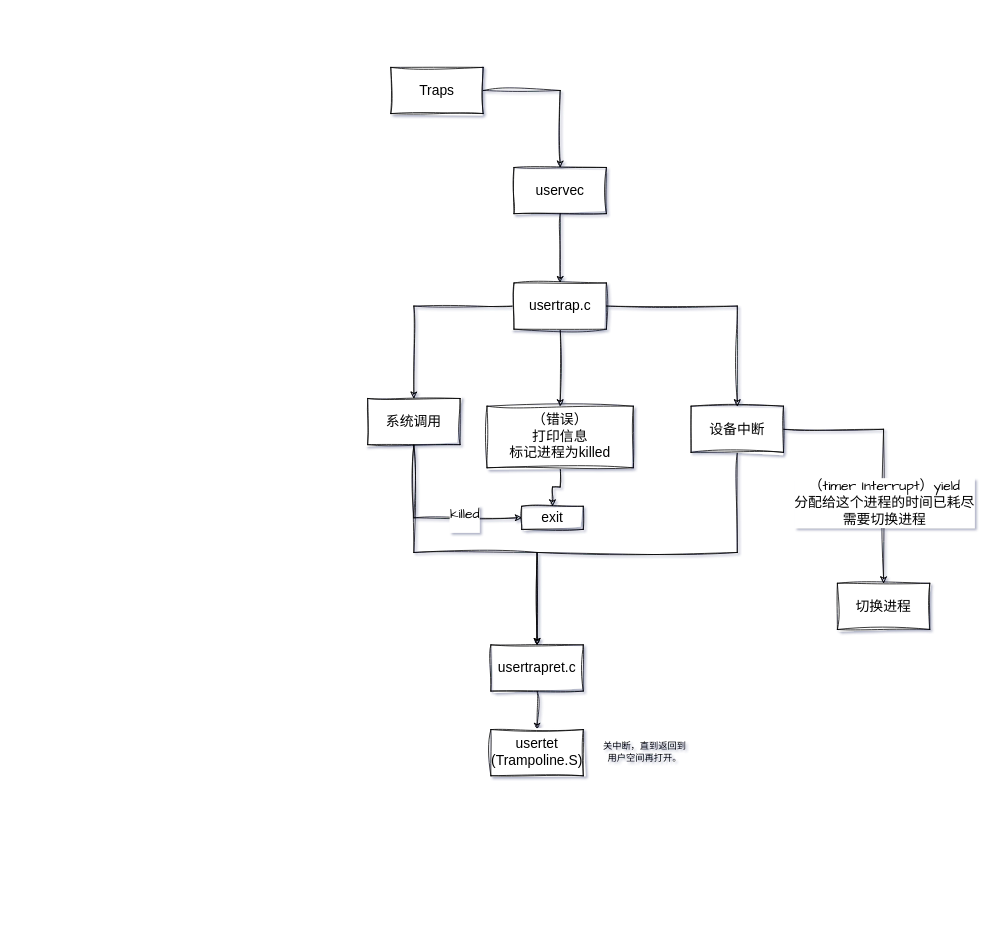
Above: traps.drawio in yMsquare/Diagrams (draw.io), before the change. Source tidied: cells renumbered, new cells numbered last; positions are measured from the earlier drawing's top-left corner, leaving out a move shared by most shapes. Both pictures are drawn from the tidied source at 77%, with x=0, y=0 at pixel (367, 67).
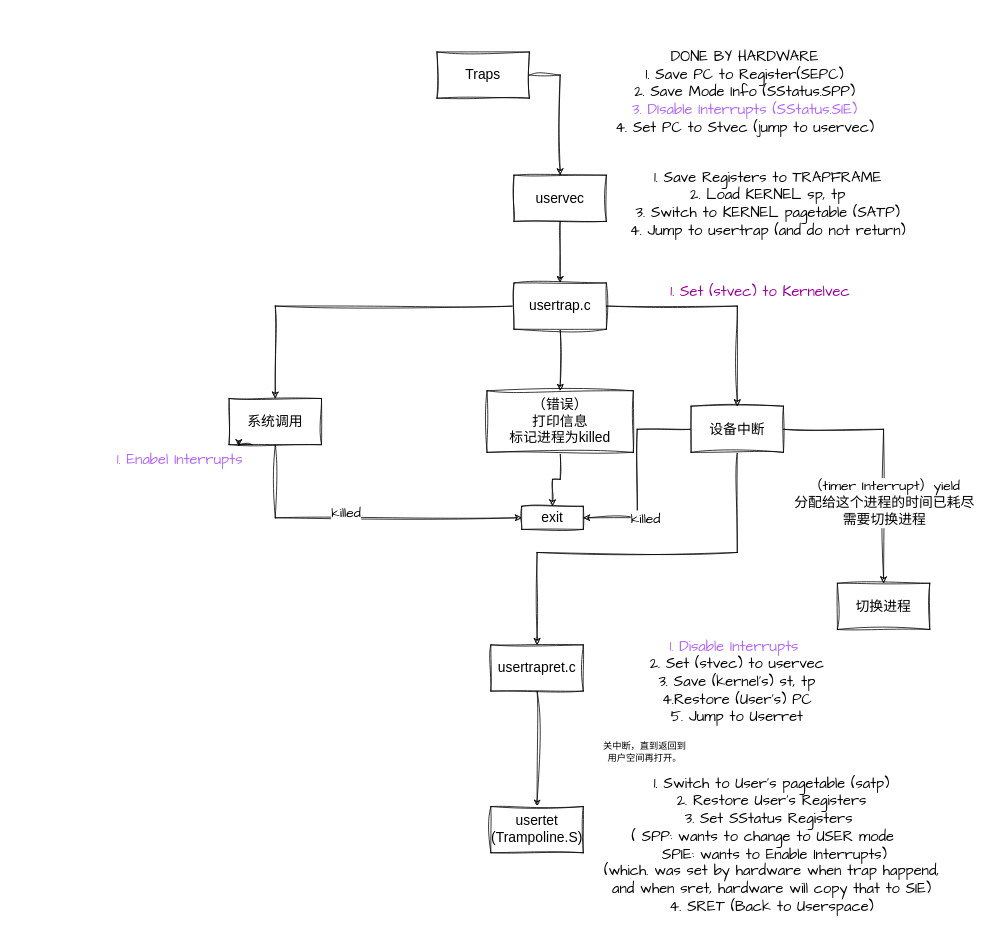
The same diagram, later.

Unchanged cells that the change refers to:
```xml
<mxCell id="11" value="&lt;span&gt;usertrapret.c&lt;/span&gt;" style="rounded=0;whiteSpace=wrap;html=1;sketch=1;curveFitting=1;jiggle=2;fontSize=18;" parent="1" vertex="1">
  <mxGeometry x="160" y="750" width="120" height="60" as="geometry" />
</mxCell>
<mxCell id="20" value="exit" style="rounded=0;whiteSpace=wrap;html=1;sketch=1;curveFitting=1;jiggle=2;fontSize=18;" parent="1" vertex="1">
  <mxGeometry x="200" y="570" width="80" height="30" as="geometry" />
</mxCell>
<mxCell id="23" value="设备中断" style="rounded=0;whiteSpace=wrap;html=1;sketch=1;curveFitting=1;jiggle=2;fontSize=18;" parent="1" vertex="1">
  <mxGeometry x="420" y="440" width="120" height="60" as="geometry" />
</mxCell>
```

The edit, as a diff of the source:
```diff
@@
-<mxGraphModel shadow="1">
+<mxGraphModel>
@@
     <mxCell id="3" value="&lt;font&gt;Traps&lt;/font&gt;" style="rounded=0;whiteSpace=wrap;html=1;sketch=1;curveFitting=1;jiggle=2;fontSize=18;" parent="1" vertex="1">
-      <mxGeometry x="30" width="120" height="60" as="geometry" />
+      <mxGeometry x="90" y="-20" width="120" height="60" as="geometry" />
     </mxCell>
@@
     <mxCell id="5" value="&lt;span&gt;uservec&lt;/span&gt;" style="rounded=0;whiteSpace=wrap;html=1;sketch=1;curveFitting=1;jiggle=2;fontSize=18;" parent="1" vertex="1">
-      <mxGeometry x="190" y="130" width="120" height="60" as="geometry" />
+      <mxGeometry x="190" y="140" width="120" height="60" as="geometry" />
     </mxCell>
@@
     <mxCell id="15" value="（错误）&lt;div&gt;打印信息&lt;/div&gt;&lt;div&gt;标记进程为killed&lt;/div&gt;" style="rounded=0;whiteSpace=wrap;html=1;sketch=1;curveFitting=1;jiggle=2;fontSize=18;" parent="1" vertex="1">
-      <mxGeometry x="155" y="440" width="190" height="80" as="geometry" />
+      <mxGeometry x="155" y="420" width="190" height="80" as="geometry" />
     </mxCell>
-    <mxCell id="16" style="edgeStyle=orthogonalEdgeStyle;rounded=0;sketch=1;hachureGap=4;jiggle=2;curveFitting=1;jettySize=auto;html=1;fontFamily=Architects Daughter;" parent="1" edge="1" source="19" target="11">
-      <mxGeometry relative="1" as="geometry">
-        <Array as="points">
-          <mxPoint x="60" y="630" />
-          <mxPoint x="220" y="630" />
-        </Array>
-      </mxGeometry>
-    </mxCell>
-    <mxCell id="17" style="edgeStyle=orthogonalEdgeStyle;rounded=0;sketch=1;hachureGap=4;jiggle=2;curveFitting=1;jettySize=auto;html=1;entryX=0;entryY=0.5;entryDx=0;entryDy=0;fontFamily=Architects Daughter;" parent="1" edge="1" source="19" target="20">
+    <mxCell id="17" style="edgeStyle=orthogonalEdgeStyle;rounded=0;sketch=1;hachureGap=4;jiggle=2;curveFitting=1;jettySize=auto;html=1;entryX=0;entryY=0.5;entryDx=0;entryDy=0;fontFamily=Architects Daughter;exitX=0.5;exitY=1;exitDx=0;exitDy=0;" parent="1" edge="1" source="19" target="20">
       <mxGeometry relative="1" as="geometry">
         <Array as="points">
-          <mxPoint x="60" y="585" />
+          <mxPoint x="-120" y="585" />
         </Array>
       </mxGeometry>
     </mxCell>
     <mxCell id="18" value="&lt;font style=&quot;font-size: 18px;&quot;&gt;killed&lt;/font&gt;&lt;div&gt;&lt;br&gt;&lt;/div&gt;" style="edgeLabel;html=1;align=center;verticalAlign=middle;sketch=1;hachureGap=4;jiggle=2;curveFitting=1;fontFamily=Architects Daughter;" parent="17" vertex="1">
       <mxGeometry x="0.35" y="-1" relative="1" as="geometry">
-        <mxPoint x="1" as="offset" />
+        <mxPoint x="-94" y="-1" as="offset" />
       </mxGeometry>
     </mxCell>
     <mxCell id="19" value="系统调用" style="rounded=0;whiteSpace=wrap;html=1;sketch=1;curveFitting=1;jiggle=2;fontSize=18;" parent="1" vertex="1">
-      <mxGeometry y="430" width="120" height="60" as="geometry" />
+      <mxGeometry x="-180" y="430" width="120" height="60" as="geometry" />
     </mxCell>
@@
+    <mxCell id="26" style="edgeStyle=orthogonalEdgeStyle;rounded=0;sketch=1;hachureGap=4;jiggle=2;curveFitting=1;jettySize=auto;html=1;entryX=1;entryY=0.5;entryDx=0;entryDy=0;fontFamily=Architects Daughter;" parent="1" edge="1" source="23" target="20">
+      <mxGeometry relative="1" as="geometry" />
+    </mxCell>
+    <mxCell id="27" value="&lt;font style=&quot;font-size: 18px;&quot;&gt;killed&lt;/font&gt;" style="edgeLabel;html=1;align=center;verticalAlign=middle;sketch=1;hachureGap=4;jiggle=2;curveFitting=1;fontFamily=Architects Daughter;" parent="26" vertex="1">
+      <mxGeometry x="0.29" y="2" relative="1" as="geometry">
+        <mxPoint x="8" y="21" as="offset" />
+      </mxGeometry>
+    </mxCell>
@@
     <mxCell id="24" value="usertet (Trampoline.S&lt;span style=&quot;background-color: initial;&quot;&gt;)&lt;/span&gt;" style="rounded=0;whiteSpace=wrap;html=1;sketch=1;curveFitting=1;jiggle=2;fontSize=18;" parent="1" vertex="1">
-      <mxGeometry x="160" y="860" width="120" height="60" as="geometry" />
+      <mxGeometry x="160" y="960" width="120" height="60" as="geometry" />
     </mxCell>
@@
+    <mxCell id="28" value="&lt;div&gt;&lt;span style=&quot;font-size: 19px;&quot;&gt;DONE BY HARDWARE&lt;/span&gt;&lt;/div&gt;&lt;span style=&quot;font-size: 19px;&quot;&gt;1. Save PC to Register(SEPC)&lt;/span&gt;&lt;div&gt;&lt;span style=&quot;font-size: 19px;&quot;&gt;2. Save Mode Info (SStatus.SPP)&lt;/span&gt;&lt;/div&gt;&lt;div&gt;&lt;span style=&quot;font-size: 19px;&quot;&gt;&lt;font color=&quot;#b266ff&quot;&gt;3. DIsable Interrupts (SStatus.SIE)&lt;/font&gt;&lt;/span&gt;&lt;/div&gt;&lt;div&gt;&lt;div&gt;&lt;span style=&quot;font-size: 19px;&quot;&gt;4. Set PC to Stvec (jump to uservec)&lt;br&gt;&lt;/span&gt;&lt;div&gt;&lt;br&gt;&lt;/div&gt;&lt;/div&gt;&lt;/div&gt;" style="text;html=1;align=center;verticalAlign=middle;whiteSpace=wrap;rounded=0;fontFamily=Architects Daughter;" parent="1" vertex="1">
+      <mxGeometry x="320" y="-70" width="340" height="220" as="geometry" />
+    </mxCell>
+    <mxCell id="29" value="&lt;div&gt;&lt;span style=&quot;font-size: 19px;&quot;&gt;1. Save Registers to TRAPFRAME&lt;/span&gt;&lt;/div&gt;&lt;div&gt;&lt;span style=&quot;font-size: 19px;&quot;&gt;2. Load KERNEL sp, tp&lt;/span&gt;&lt;/div&gt;&lt;div&gt;&lt;span style=&quot;font-size: 19px;&quot;&gt;3. Switch to KERNEL pagetable (SATP)&lt;/span&gt;&lt;/div&gt;&lt;div&gt;&lt;span style=&quot;font-size: 19px;&quot;&gt;4. Jump to usertrap (and do not return)&lt;/span&gt;&lt;/div&gt;&lt;div&gt;&lt;span style=&quot;font-size: 19px;&quot;&gt;&lt;br&gt;&lt;/span&gt;&lt;/div&gt;" style="text;html=1;align=center;verticalAlign=middle;whiteSpace=wrap;rounded=0;fontFamily=Architects Daughter;" parent="1" vertex="1">
+      <mxGeometry x="300" y="80" width="440" height="220" as="geometry" />
+    </mxCell>
+    <mxCell id="30" style="edgeStyle=orthogonalEdgeStyle;rounded=0;sketch=1;hachureGap=4;jiggle=2;curveFitting=1;orthogonalLoop=1;jettySize=auto;html=1;exitX=0.25;exitY=1;exitDx=0;exitDy=0;entryX=0.106;entryY=1.031;entryDx=0;entryDy=0;entryPerimeter=0;fontFamily=Architects Daughter;" parent="1" edge="1" source="19" target="19">
+      <mxGeometry relative="1" as="geometry" />
+    </mxCell>
+    <mxCell id="31" value="&lt;span style=&quot;font-size: 19px;&quot;&gt;&lt;font color=&quot;#b266ff&quot;&gt;1. Enabel Interrupts&amp;nbsp;&lt;/font&gt;&lt;/span&gt;" style="text;html=1;align=center;verticalAlign=middle;whiteSpace=wrap;rounded=0;fontFamily=Architects Daughter;" parent="1" vertex="1">
+      <mxGeometry x="-460" y="400" width="440" height="220" as="geometry" />
+    </mxCell>
+    <mxCell id="32" value="&lt;span style=&quot;font-size: 19px;&quot;&gt;&lt;font color=&quot;#990099&quot;&gt;1. Set (stvec) to Kernelvec&lt;/font&gt;&lt;/span&gt;&lt;div&gt;&lt;br&gt;&lt;/div&gt;" style="text;html=1;align=center;verticalAlign=middle;whiteSpace=wrap;rounded=0;fontFamily=Architects Daughter;" parent="1" vertex="1">
+      <mxGeometry x="290" y="190" width="440" height="220" as="geometry" />
+    </mxCell>
+    <mxCell id="33" value="&lt;div&gt;&lt;span style=&quot;font-size: 19px;&quot;&gt;&lt;font color=&quot;#b266ff&quot;&gt;1. Disable Interrupts&amp;nbsp;&lt;/font&gt;&lt;/span&gt;&lt;/div&gt;&lt;div&gt;&lt;span style=&quot;font-size: 19px;&quot;&gt;2. Set (stvec) to uservec&lt;/span&gt;&lt;/div&gt;&lt;div&gt;&lt;span style=&quot;font-size: 19px;&quot;&gt;3. Save (kernel's) st, tp&lt;/span&gt;&lt;/div&gt;&lt;div&gt;&lt;span style=&quot;font-size: 19px;&quot;&gt;4.Restore (User's) PC&lt;/span&gt;&lt;/div&gt;&lt;div&gt;&lt;span style=&quot;font-size: 19px;&quot;&gt;5. Jump to Userret&lt;/span&gt;&lt;/div&gt;&lt;div&gt;&lt;span style=&quot;font-size: 19px;&quot;&gt;&lt;br&gt;&lt;/span&gt;&lt;/div&gt;" style="text;html=1;align=center;verticalAlign=middle;whiteSpace=wrap;rounded=0;fontFamily=Architects Daughter;" parent="1" vertex="1">
+      <mxGeometry x="260" y="700" width="440" height="220" as="geometry" />
+    </mxCell>
+    <mxCell id="34" value="&lt;div&gt;&lt;span style=&quot;font-size: 19px;&quot;&gt;1. Switch to User's pagetable (satp)&lt;/span&gt;&lt;/div&gt;&lt;div&gt;&lt;span style=&quot;font-size: 19px;&quot;&gt;2. Restore User's Registers&lt;/span&gt;&lt;/div&gt;&lt;div&gt;&lt;span style=&quot;font-size: 19px;&quot;&gt;3. Set SStatus Registers&amp;nbsp;&lt;/span&gt;&lt;/div&gt;&lt;div&gt;&lt;span style=&quot;font-size: 19px;&quot;&gt;( SPP: wants to change to USER mode&amp;nbsp; &amp;nbsp;&lt;/span&gt;&lt;/div&gt;&lt;div&gt;&lt;span style=&quot;font-size: 19px;&quot;&gt;&amp;nbsp;SPIE: wants to Enable Interrupts&lt;/span&gt;&lt;span style=&quot;font-size: 19px; background-color: initial;&quot;&gt;)&lt;/span&gt;&lt;/div&gt;&lt;div&gt;&lt;span style=&quot;font-size: 19px;&quot;&gt;(which. was set by hardware when trap happend,&lt;/span&gt;&lt;/div&gt;&lt;div&gt;&lt;span style=&quot;font-size: 19px;&quot;&gt;and when sret, hardware will copy that to SIE)&lt;/span&gt;&lt;/div&gt;&lt;div&gt;&lt;span style=&quot;font-size: 19px;&quot;&gt;4. SRET (Back to Userspace)&lt;/span&gt;&lt;/div&gt;" style="text;html=1;align=center;verticalAlign=middle;whiteSpace=wrap;rounded=0;fontFamily=Architects Daughter;" parent="1" vertex="1">
+      <mxGeometry x="260" y="900" width="530" height="221" as="geometry" />
+    </mxCell>
```
